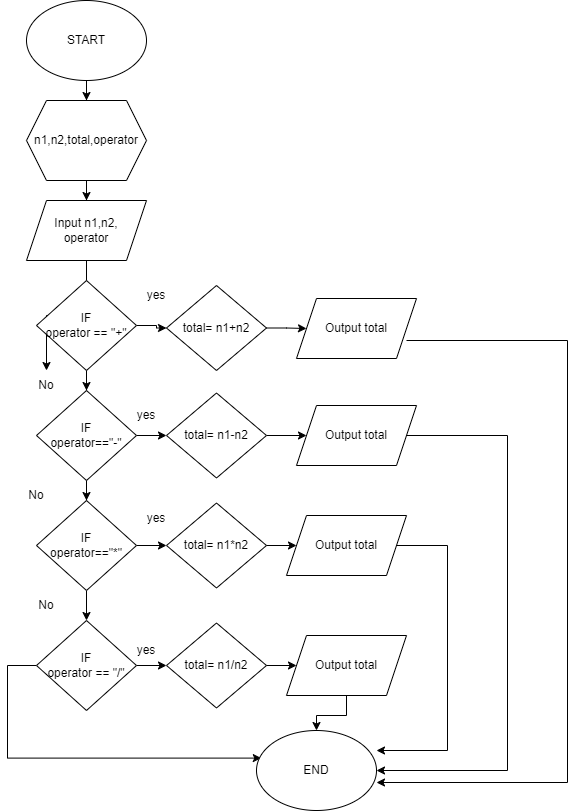
The draw.io diagram calculator.drawio.png in KhiCode/Flowchart, before a commit. Source tidied: cells renumbered, new cells last; positions are measured from the earlier drawing's top-left corner, leaving out a move shared by most shapes.
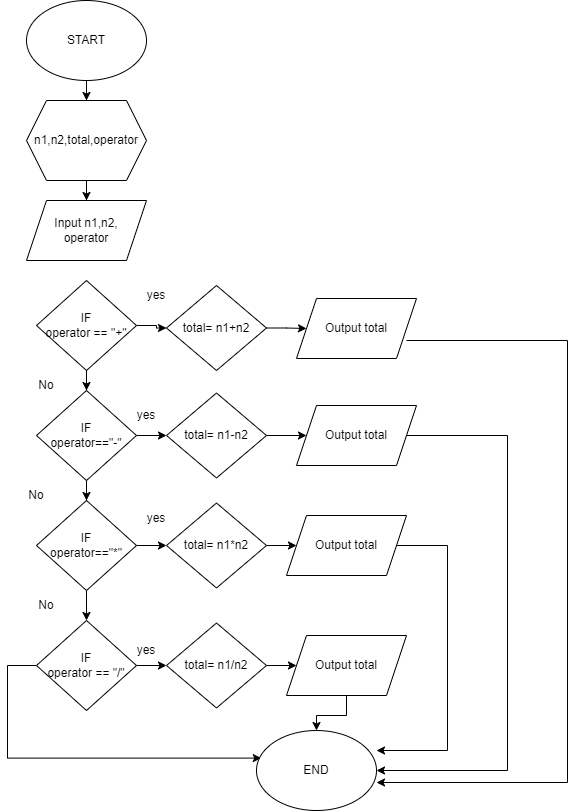
The same diagram one commit later.

The edit, as a diff of the source:
```diff
@@ -14,9 +14,6 @@
     <mxCell id="5" value="n1,n2,total,operator" style="shape=hexagon;perimeter=hexagonPerimeter2;whiteSpace=wrap;html=1;fixedSize=1;" parent="1" vertex="1">
       <mxGeometry x="20" y="100" width="120" height="80" as="geometry" />
     </mxCell>
-    <mxCell id="6" style="edgeStyle=orthogonalEdgeStyle;rounded=0;jettySize=auto;html=1;" parent="1" edge="1" source="7" target="21">
-      <mxGeometry relative="1" as="geometry" />
-    </mxCell>
     <mxCell id="7" value="Input n1,n2,&lt;br&gt;operator" style="shape=parallelogram;perimeter=parallelogramPerimeter;whiteSpace=wrap;html=1;fixedSize=1;" parent="1" vertex="1">
       <mxGeometry x="20" y="200" width="120" height="60" as="geometry" />
     </mxCell>
```
